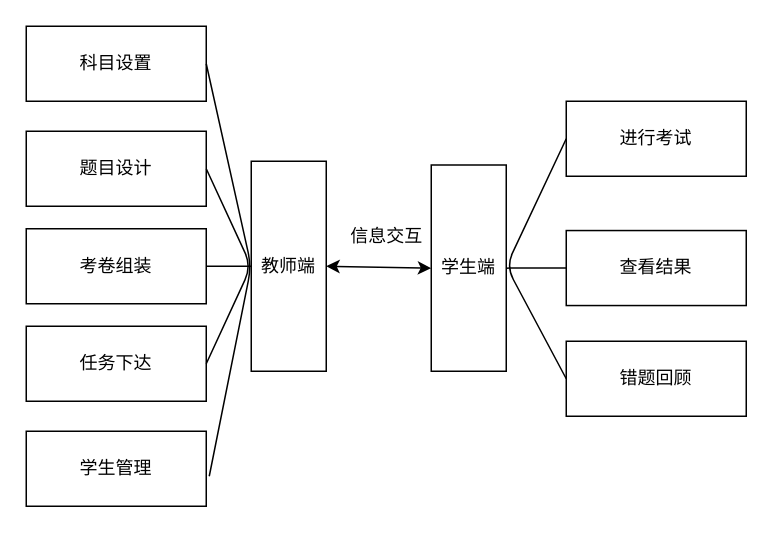
Above: zxdesignSystemStructrue.drawio in myyuhao/hello-world (draw.io), before the change. Source tidied: cells renumbered, new cells numbered last; positions are measured from the earlier drawing's top-left corner, leaving out a move shared by most shapes. Both pictures are drawn from the tidied source at 150%, with x=0, y=0 at pixel (26, 26).
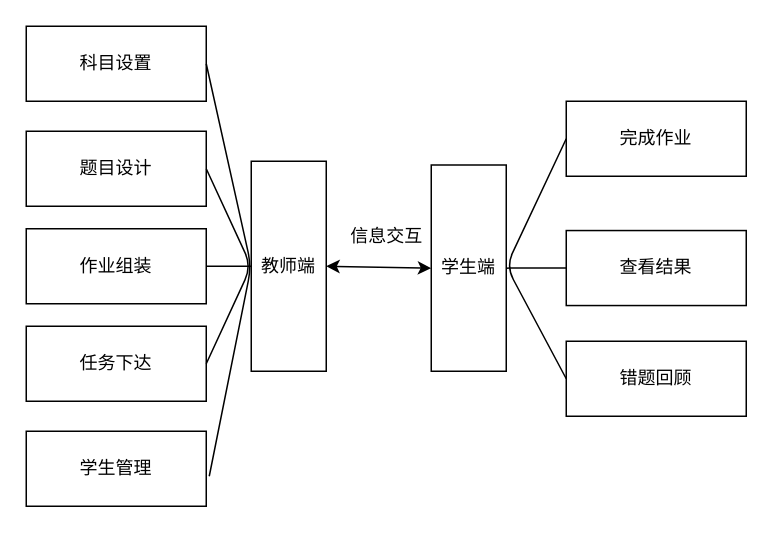
The same page after the edit.

What changed in the source:
```diff
@@
-    <mxCell id="3" value="进行考试" style="rounded=0;whiteSpace=wrap;html=1;" parent="1" vertex="1">
+    <mxCell id="3" value="完成作业" style="rounded=0;whiteSpace=wrap;html=1;" parent="1" vertex="1">
       <mxGeometry x="360" y="50" width="120" height="50" as="geometry" />
     </mxCell>
@@
-    <mxCell id="5" value="考卷组装" style="rounded=0;whiteSpace=wrap;html=1;" parent="1" vertex="1">
+    <mxCell id="5" value="作业组装" style="rounded=0;whiteSpace=wrap;html=1;" parent="1" vertex="1">
       <mxGeometry y="135" width="120" height="50" as="geometry" />
     </mxCell>
```
